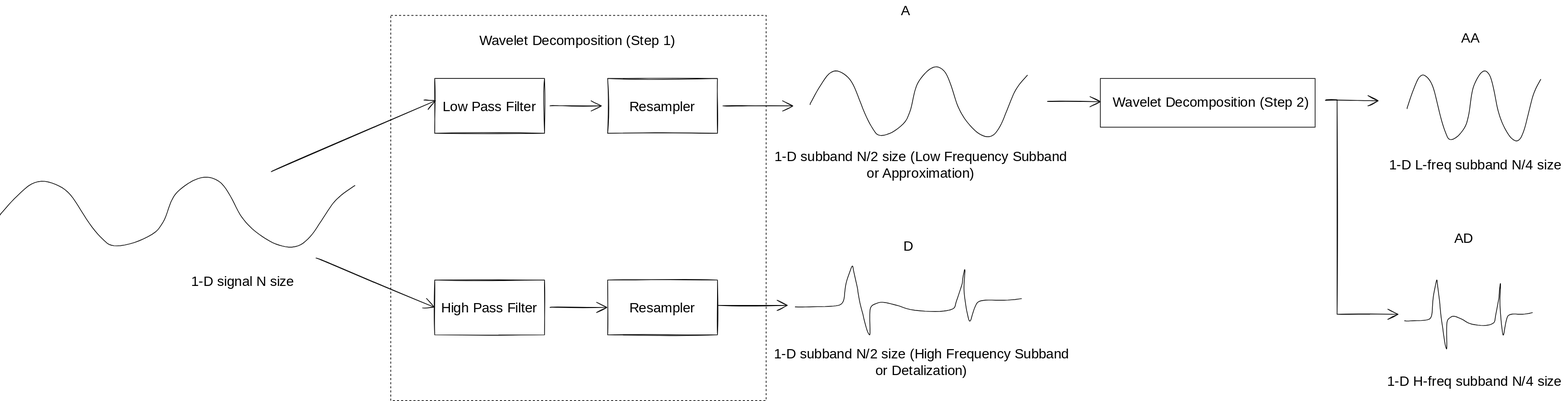
This is docs/img/WaveletDecomposition.drawio.svg from panda-official/WaveletBuffer, a draw.io export, as it was before one commit. Source tidied: cells renumbered, new cells last; positions are measured from the earlier drawing's top-left corner, leaving out a move shared by most shapes.
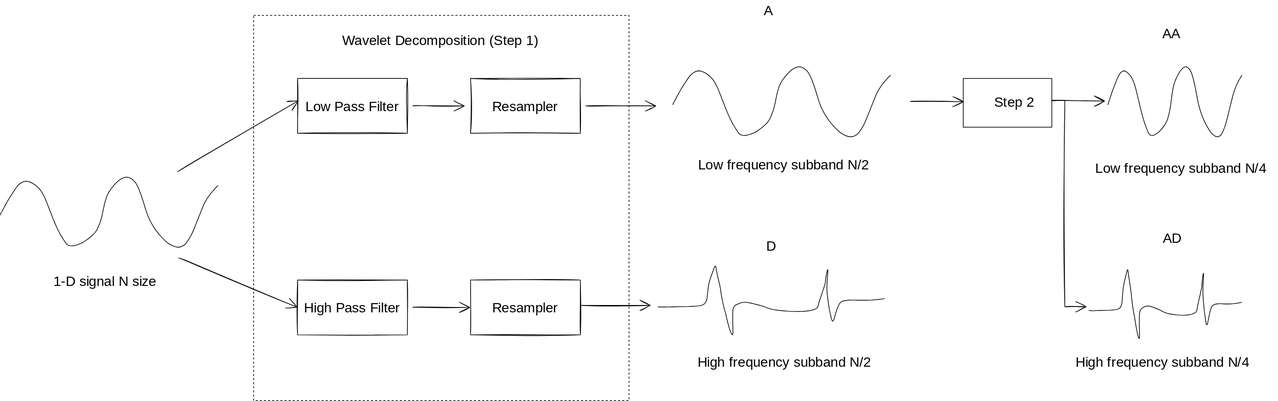
Above is the later version.

What changed in the source:
```diff
@@ -15,7 +15,7 @@
       <mxGeometry relative="1" as="geometry" />
     </mxCell>
     <mxCell id="6" style="shape=(stored shape, 1632 characters);fillColor=none;sketch=0;hachureGap=4;fontFamily=Architects Daughter;fontSource=https%3A%2F%2Ffonts.googleapis.com%2Fcss%3Ffamily%3DArchitects%2BDaughter;fontSize=20;" parent="1" vertex="1">
-      <mxGeometry y="258" width="517" height="102" as="geometry" />
+      <mxGeometry x="200" y="258" width="317" height="102" as="geometry" />
     </mxCell>
     <mxCell id="7" value="1-D signal N size" style="text;html=1;align=center;verticalAlign=middle;strokeColor=none;sketch=1;hachureGap=4;fontFamily=Architects Daughter;fontSource=https%3A%2F%2Ffonts.googleapis.com%2Fcss%3Ffamily%3DArchitects%2BDaughter;fontSize=20;" parent="1" vertex="1">
       <mxGeometry x="278" y="395" width="149" height="28" as="geometry" />
@@ -31,8 +31,8 @@
     <mxCell id="10" style="shape=(stored shape, 1632 characters);fillColor=none;sketch=0;hachureGap=4;fontFamily=Architects Daughter;fontSource=https%3A%2F%2Ffonts.googleapis.com%2Fcss%3Ffamily%3DArchitects%2BDaughter;fontSize=20;" parent="1" vertex="1">
       <mxGeometry x="1180" y="97" width="317" height="102" as="geometry" />
     </mxCell>
-    <mxCell id="11" value="1-D subband N/2 size (Low Frequency Subband&lt;br&gt;or Approximation)" style="text;html=1;align=center;verticalAlign=middle;strokeColor=none;sketch=1;hachureGap=4;fontFamily=Architects Daughter;fontSource=https%3A%2F%2Ffonts.googleapis.com%2Fcss%3Ffamily%3DArchitects%2BDaughter;fontSize=20;" parent="1" vertex="1">
-      <mxGeometry x="1119" y="213" width="443" height="52" as="geometry" />
+    <mxCell id="11" value="Low frequency subband N/2" style="text;html=1;align=center;verticalAlign=middle;strokeColor=none;sketch=1;hachureGap=4;fontFamily=Architects Daughter;fontSource=https%3A%2F%2Ffonts.googleapis.com%2Fcss%3Ffamily%3DArchitects%2BDaughter;fontSize=20;" parent="1" vertex="1">
+      <mxGeometry x="1201" y="225" width="280" height="28" as="geometry" />
     </mxCell>
     <mxCell id="12" style="edgeStyle=none;curved=1;rounded=0;sketch=1;jettySize=auto;html=1;entryX=0;entryY=0.5;entryDx=0;entryDy=0;fontFamily=Architects Daughter;fontSource=https%3A%2F%2Ffonts.googleapis.com%2Fcss%3Ffamily%3DArchitects%2BDaughter;fontSize=20;endArrow=open;startSize=14;endSize=14;sourcePerimeterSpacing=8;targetPerimeterSpacing=8;" parent="1" edge="1" source="13" target="15">
       <mxGeometry relative="1" as="geometry" />
@@ -57,8 +57,8 @@
         <mxPoint x="1148" y="445" as="targetPoint" />
       </mxGeometry>
     </mxCell>
-    <mxCell id="18" value="1-D subband N/2 size (High Frequency Subband&lt;br&gt;or Detalization)" style="text;html=1;align=center;verticalAlign=middle;strokeColor=none;sketch=1;hachureGap=4;fontFamily=Architects Daughter;fontSource=https%3A%2F%2Ffonts.googleapis.com%2Fcss%3Ffamily%3DArchitects%2BDaughter;fontSize=20;" parent="1" vertex="1">
-      <mxGeometry x="1123" y="501" width="438" height="52" as="geometry" />
+    <mxCell id="18" value="High frequency subband N/2" style="text;html=1;align=center;verticalAlign=middle;strokeColor=none;sketch=1;hachureGap=4;fontFamily=Architects Daughter;fontSource=https%3A%2F%2Ffonts.googleapis.com%2Fcss%3Ffamily%3DArchitects%2BDaughter;fontSize=20;" parent="1" vertex="1">
+      <mxGeometry x="1205" y="513" width="274" height="28" as="geometry" />
     </mxCell>
     <mxCell id="19" value="Wavelet Decomposition (Step 1)" style="text;html=1;align=center;verticalAlign=middle;strokeColor=none;sketch=1;hachureGap=4;fontFamily=Architects Daughter;fontSource=https%3A%2F%2Ffonts.googleapis.com%2Fcss%3Ffamily%3DArchitects%2BDaughter;fontSize=20;" parent="1" vertex="1">
       <mxGeometry x="693" y="44" width="296" height="28" as="geometry" />
@@ -70,10 +70,10 @@
       <mxGeometry x="1311.8" y="344" width="23" height="28" as="geometry" />
     </mxCell>
     <mxCell id="22" style="rounded=0;whiteSpace=wrap;html=1;" parent="1" vertex="1">
-      <mxGeometry x="1603" y="114" width="313" height="71" as="geometry" />
+      <mxGeometry x="1603" y="114" width="129" height="71" as="geometry" />
     </mxCell>
-    <mxCell id="23" value="Wavelet Decomposition (Step 2)" style="text;html=1;align=center;verticalAlign=middle;strokeColor=none;sketch=1;hachureGap=4;fontFamily=Architects Daughter;fontSource=https%3A%2F%2Ffonts.googleapis.com%2Fcss%3Ffamily%3DArchitects%2BDaughter;fontSize=20;" parent="1" vertex="1">
-      <mxGeometry x="1611" y="134" width="305" height="28" as="geometry" />
+    <mxCell id="23" value="Step 2" style="text;html=1;align=center;verticalAlign=middle;strokeColor=none;sketch=1;hachureGap=4;fontFamily=Architects Daughter;fontSource=https%3A%2F%2Ffonts.googleapis.com%2Fcss%3Ffamily%3DArchitects%2BDaughter;fontSize=20;" parent="1" vertex="1">
+      <mxGeometry x="1641" y="134" width="72" height="28" as="geometry" />
     </mxCell>
     <mxCell id="24" style="edgeStyle=none;curved=1;rounded=0;sketch=1;orthogonalLoop=1;jettySize=auto;html=1;fontFamily=Architects Daughter;fontSource=https%3A%2F%2Ffonts.googleapis.com%2Fcss%3Ffamily%3DArchitects%2BDaughter;fontSize=20;endArrow=open;startSize=14;endSize=14;sourcePerimeterSpacing=8;targetPerimeterSpacing=8;" parent="1" edge="1">
       <mxGeometry relative="1" as="geometry">
@@ -82,37 +82,38 @@
       </mxGeometry>
     </mxCell>
     <mxCell id="25" style="shape=(stored shape, 1632 characters);fillColor=none;sketch=0;hachureGap=4;fontFamily=Architects Daughter;fontSource=https%3A%2F%2Ffonts.googleapis.com%2Fcss%3Ffamily%3DArchitects%2BDaughter;fontSize=20;" parent="1" vertex="1">
-      <mxGeometry x="2050" y="103" width="195" height="102" as="geometry" />
+      <mxGeometry x="1814" y="97" width="195" height="102" as="geometry" />
     </mxCell>
     <mxCell id="26" value="AA" style="text;html=1;align=center;verticalAlign=middle;strokeColor=none;sketch=1;hachureGap=4;fontFamily=Architects Daughter;fontSource=https%3A%2F%2Ffonts.googleapis.com%2Fcss%3Ffamily%3DArchitects%2BDaughter;fontSize=20;" parent="1" vertex="1">
-      <mxGeometry x="2124" y="40" width="36" height="28" as="geometry" />
+      <mxGeometry x="1888" y="34" width="36" height="28" as="geometry" />
     </mxCell>
     <mxCell id="27" style="edgeStyle=none;curved=1;rounded=0;sketch=1;orthogonalLoop=1;jettySize=auto;html=1;fontFamily=Architects Daughter;fontSource=https%3A%2F%2Ffonts.googleapis.com%2Fcss%3Ffamily%3DArchitects%2BDaughter;fontSize=20;endArrow=open;startSize=14;endSize=14;sourcePerimeterSpacing=8;targetPerimeterSpacing=8;" parent="1" edge="1">
       <mxGeometry relative="1" as="geometry">
-        <mxPoint x="1931" y="146" as="sourcePoint" />
-        <mxPoint x="2009" y="146.5" as="targetPoint" />
+        <mxPoint x="1732" y="146.5" as="sourcePoint" />
+        <mxPoint x="1810" y="147" as="targetPoint" />
       </mxGeometry>
     </mxCell>
-    <mxCell id="28" style="edgeStyle=orthogonalEdgeStyle;rounded=0;sketch=1;jettySize=auto;html=1;fontFamily=Architects Daughter;fontSource=https%3A%2F%2Ffonts.googleapis.com%2Fcss%3Ffamily%3DArchitects%2BDaughter;fontSize=20;endArrow=open;startSize=14;endSize=14;sourcePerimeterSpacing=8;targetPerimeterSpacing=8;" parent="1" edge="1" target="29">
-      <mxGeometry relative="1" as="geometry">
-        <mxPoint x="1932" y="145" as="sourcePoint" />
-        <Array as="points">
-          <mxPoint x="1948" y="145" />
-          <mxPoint x="1948" y="458" />
-        </Array>
-      </mxGeometry>
-    </mxCell>
-    <mxCell id="29" style="shape=(stored shape, 1908 characters);fillColor=none;sketch=0;hachureGap=4;fontFamily=Architects Daughter;fontSource=https%3A%2F%2Ffonts.googleapis.com%2Fcss%3Ffamily%3DArchitects%2BDaughter;fontSize=20;" parent="1" vertex="1">
-      <mxGeometry x="2046" y="408" width="187" height="100.4" as="geometry" />
-    </mxCell>
+    <mxCell id="33" style="shape=(stored shape, 1908 characters);fillColor=none;sketch=0;hachureGap=4;fontFamily=Architects Daughter;fontSource=https%3A%2F%2Ffonts.googleapis.com%2Fcss%3Ffamily%3DArchitects%2BDaughter;fontSize=20;" parent="1" vertex="1">
+      <mxGeometry x="1786" y="393" width="223" height="100.4" as="geometry" />
+    </mxCell>
     <mxCell id="30" value="AD" style="text;html=1;align=center;verticalAlign=middle;strokeColor=none;sketch=1;hachureGap=4;fontFamily=Architects Daughter;fontSource=https%3A%2F%2Ffonts.googleapis.com%2Fcss%3Ffamily%3DArchitects%2BDaughter;fontSize=20;" parent="1" vertex="1">
-      <mxGeometry x="2114" y="332" width="36" height="28" as="geometry" />
+      <mxGeometry x="1888.5" y="332" width="36" height="28" as="geometry" />
     </mxCell>
-    <mxCell id="31" value="1-D L-freq subband N/4 size" style="text;html=1;align=center;verticalAlign=middle;strokeColor=none;sketch=1;hachureGap=4;fontFamily=Architects Daughter;fontSource=https%3A%2F%2Ffonts.googleapis.com%2Fcss%3Ffamily%3DArchitects%2BDaughter;fontSize=20;" parent="1" vertex="1">
-      <mxGeometry x="2014" y="225" width="270" height="28" as="geometry" />
-    </mxCell>
-    <mxCell id="32" value="1-D H-freq subband N/4 size" style="text;html=1;align=center;verticalAlign=middle;strokeColor=none;sketch=1;hachureGap=4;fontFamily=Architects Daughter;fontSource=https%3A%2F%2Ffonts.googleapis.com%2Fcss%3Ffamily%3DArchitects%2BDaughter;fontSize=20;" parent="1" vertex="1">
-      <mxGeometry x="2013.5" y="541" width="268" height="28" as="geometry" />
-    </mxCell>
+    <mxCell id="34" style="edgeStyle=orthogonalEdgeStyle;rounded=0;sketch=1;orthogonalLoop=1;jettySize=auto;html=1;fontFamily=Architects Daughter;fontSource=https%3A%2F%2Ffonts.googleapis.com%2Fcss%3Ffamily%3DArchitects%2BDaughter;fontSize=20;endArrow=open;startSize=14;endSize=14;sourcePerimeterSpacing=8;targetPerimeterSpacing=8;" parent="1" edge="1">
+      <mxGeometry relative="1" as="geometry">
+        <mxPoint x="1732" y="146" as="sourcePoint" />
+        <mxPoint x="1783" y="447" as="targetPoint" />
+        <Array as="points">
+          <mxPoint x="1751" y="146" />
+          <mxPoint x="1751" y="447" />
+        </Array>
+      </mxGeometry>
+    </mxCell>
+    <mxCell id="35" value="Low frequency subband N/4" style="text;html=1;align=center;verticalAlign=middle;strokeColor=none;sketch=1;hachureGap=4;fontFamily=Architects Daughter;fontSource=https%3A%2F%2Ffonts.googleapis.com%2Fcss%3Ffamily%3DArchitects%2BDaughter;fontSize=20;" parent="1" vertex="1">
+      <mxGeometry x="1779" y="230" width="282" height="28" as="geometry" />
+    </mxCell>
+    <mxCell id="36" value="High frequency subband N/4" style="text;html=1;align=center;verticalAlign=middle;strokeColor=none;sketch=1;hachureGap=4;fontFamily=Architects Daughter;fontSource=https%3A%2F%2Ffonts.googleapis.com%2Fcss%3Ffamily%3DArchitects%2BDaughter;fontSize=20;" parent="1" vertex="1">
+      <mxGeometry x="1755" y="513" width="276" height="28" as="geometry" />
+    </mxCell>
   </root>
 </mxGraphModel>
```
